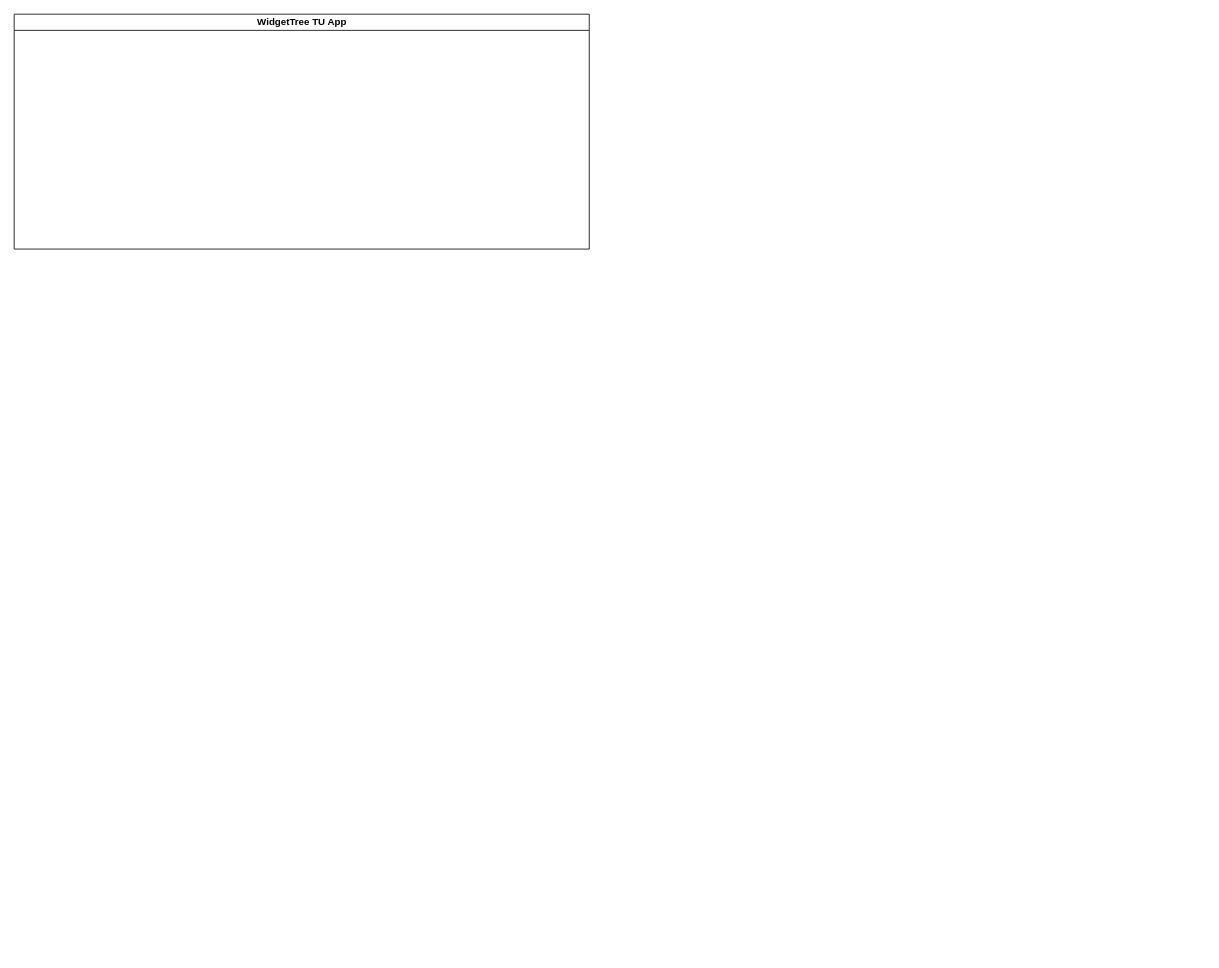
Above: Unbenanntes Diagramm.drawio in FelixNudrec/Medieninformatik-WS-23-24 (draw.io), before the change. Source tidied: cells renumbered, new cells numbered last; positions are measured from the earlier drawing's top-left corner, leaving out a move shared by most shapes. Both pictures are drawn from the tidied source at 81%, with x=0, y=0 at pixel (14, 14).
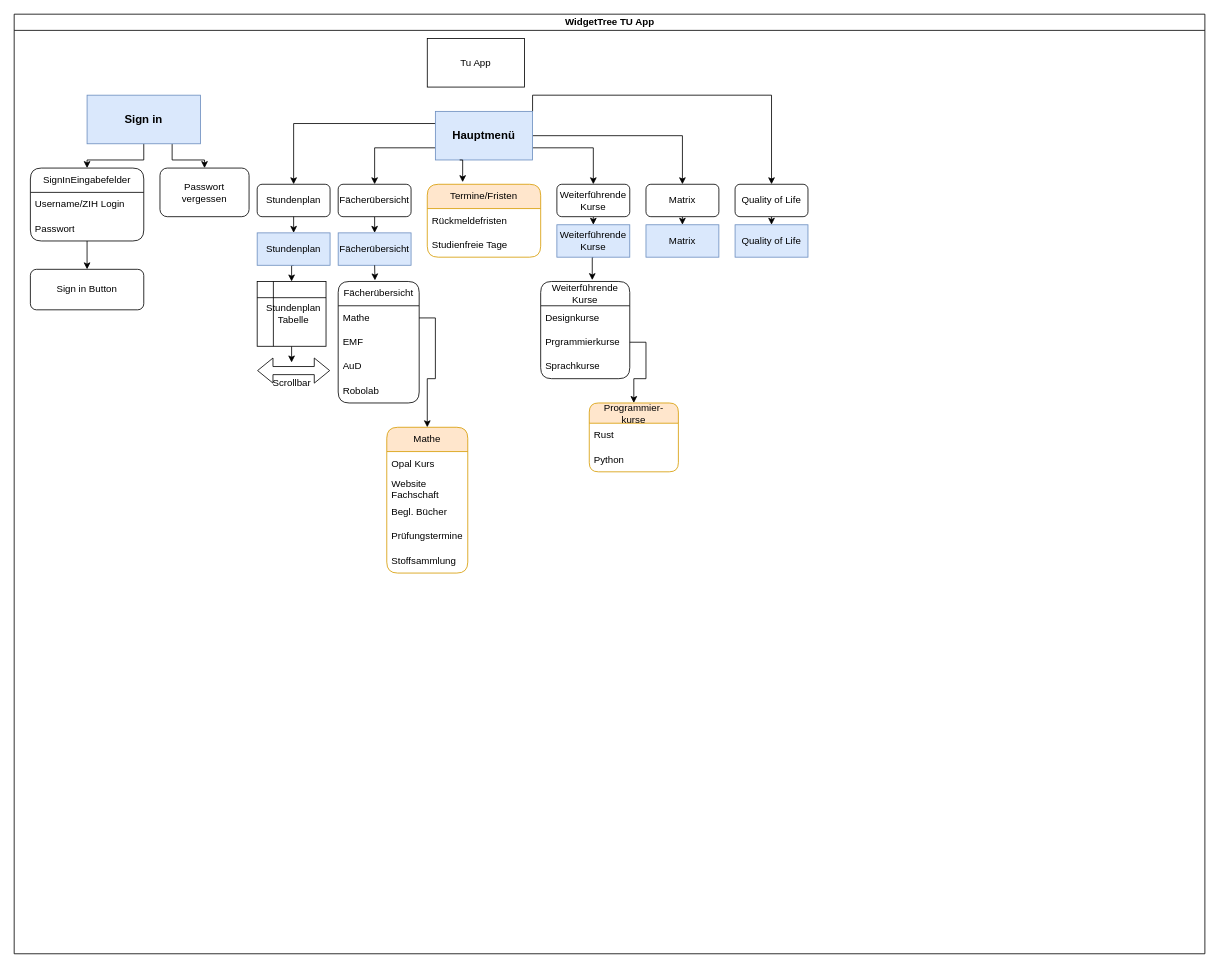
The same diagram, later.

The edit, as a diff of the source:
```diff
@@
     <mxCell id="2" value="&lt;div&gt;WidgetTree TU App&lt;/div&gt;" style="swimlane;html=1;startSize=20;horizontal=1;containerType=tree;glass=0;" parent="1" vertex="1">
-      <mxGeometry width="710" height="290" as="geometry" />
+      <mxGeometry width="1470" height="1160" as="geometry" />
     </mxCell>
+    <mxCell id="3" value="Tu App" style="rounded=0;whiteSpace=wrap;html=1;" parent="2" vertex="1">
+      <mxGeometry x="510" y="30" width="120" height="60" as="geometry" />
+    </mxCell>
+    <mxCell id="4" style="edgeStyle=orthogonalEdgeStyle;rounded=0;jettySize=auto;html=1;exitX=0.5;exitY=1;exitDx=0;exitDy=0;entryX=0.5;entryY=0;entryDx=0;entryDy=0;" parent="2" edge="1" source="5" target="11">
+      <mxGeometry relative="1" as="geometry" />
+    </mxCell>
+    <mxCell id="5" value="SignInEingabefelder" style="swimlane;fontStyle=0;horizontal=1;startSize=30;whiteSpace=wrap;html=1;rounded=1;" parent="2" vertex="1">
+      <mxGeometry x="20" y="190" width="140" height="90" as="geometry" />
+    </mxCell>
+    <mxCell id="6" value="Username/ZIH Login" style="text;strokeColor=none;fillColor=none;align=left;verticalAlign=middle;spacingLeft=4;spacingRight=4;overflow=hidden;whiteSpace=wrap;html=1;rounded=1;" parent="5" vertex="1">
+      <mxGeometry y="30" width="140" height="30" as="geometry" />
+    </mxCell>
+    <mxCell id="7" value="Passwort" style="text;strokeColor=none;fillColor=none;align=left;verticalAlign=middle;spacingLeft=4;spacingRight=4;overflow=hidden;whiteSpace=wrap;html=1;" parent="5" vertex="1">
+      <mxGeometry y="60" width="140" height="30" as="geometry" />
+    </mxCell>
+    <mxCell id="8" style="edgeStyle=orthogonalEdgeStyle;rounded=0;jettySize=auto;html=1;exitX=0.5;exitY=1;exitDx=0;exitDy=0;" parent="2" edge="1" source="10" target="5">
+      <mxGeometry relative="1" as="geometry" />
+    </mxCell>
+    <mxCell id="9" style="edgeStyle=orthogonalEdgeStyle;rounded=0;jettySize=auto;html=1;exitX=0.75;exitY=1;exitDx=0;exitDy=0;" parent="2" edge="1" source="10" target="12">
+      <mxGeometry relative="1" as="geometry" />
+    </mxCell>
+    <mxCell id="10" value="&lt;h3&gt;Sign in &lt;/h3&gt;" style="rounded=0;whiteSpace=wrap;html=1;fillColor=#dae8fc;strokeColor=#6c8ebf;glass=0;shadow=0;" parent="2" vertex="1">
+      <mxGeometry x="90" y="100" width="140" height="60" as="geometry" />
+    </mxCell>
+    <mxCell id="11" value="Sign in Button" style="rounded=1;whiteSpace=wrap;html=1;" parent="2" vertex="1">
+      <mxGeometry x="20" y="315" width="140" height="50" as="geometry" />
+    </mxCell>
+    <mxCell id="12" value="Passwort vergessen" style="rounded=1;whiteSpace=wrap;html=1;" parent="2" vertex="1">
+      <mxGeometry x="180" y="190" width="110" height="60" as="geometry" />
+    </mxCell>
+    <mxCell id="13" style="edgeStyle=orthogonalEdgeStyle;rounded=0;jettySize=auto;html=1;exitX=0;exitY=0.25;exitDx=0;exitDy=0;entryX=0.5;entryY=0;entryDx=0;entryDy=0;" parent="2" edge="1" source="18" target="24">
+      <mxGeometry relative="1" as="geometry" />
+    </mxCell>
+    <mxCell id="14" style="edgeStyle=orthogonalEdgeStyle;rounded=0;jettySize=auto;html=1;exitX=0;exitY=0.75;exitDx=0;exitDy=0;entryX=0.5;entryY=0;entryDx=0;entryDy=0;" parent="2" edge="1" source="18" target="23">
+      <mxGeometry relative="1" as="geometry" />
+    </mxCell>
+    <mxCell id="15" style="edgeStyle=orthogonalEdgeStyle;rounded=0;jettySize=auto;html=1;exitX=1;exitY=0.75;exitDx=0;exitDy=0;entryX=0.5;entryY=0;entryDx=0;entryDy=0;" parent="2" edge="1" source="18" target="26">
+      <mxGeometry relative="1" as="geometry" />
+    </mxCell>
+    <mxCell id="16" style="edgeStyle=orthogonalEdgeStyle;rounded=0;jettySize=auto;html=1;exitX=1;exitY=0.5;exitDx=0;exitDy=0;entryX=0.5;entryY=0;entryDx=0;entryDy=0;" parent="2" edge="1" source="18" target="28">
+      <mxGeometry relative="1" as="geometry" />
+    </mxCell>
+    <mxCell id="17" style="edgeStyle=orthogonalEdgeStyle;rounded=0;jettySize=auto;html=1;exitX=1;exitY=0;exitDx=0;exitDy=0;entryX=0.5;entryY=0;entryDx=0;entryDy=0;" parent="2" edge="1" source="18" target="30">
+      <mxGeometry relative="1" as="geometry" />
+    </mxCell>
+    <mxCell id="18" value="&lt;h3&gt;Hauptmenü&lt;/h3&gt;" style="rounded=0;whiteSpace=wrap;html=1;fillColor=#dae8fc;strokeColor=#6c8ebf;" parent="2" vertex="1">
+      <mxGeometry x="520" y="120" width="120" height="60" as="geometry" />
+    </mxCell>
+    <mxCell id="19" value="&lt;div&gt;Termine/Fristen&lt;/div&gt;" style="swimlane;fontStyle=0;horizontal=1;startSize=30;whiteSpace=wrap;html=1;rounded=1;fillColor=#ffe6cc;strokeColor=#d79b00;" parent="2" vertex="1">
+      <mxGeometry x="510" y="210" width="140" height="90" as="geometry" />
+    </mxCell>
+    <mxCell id="20" value="Rückmeldefristen" style="text;strokeColor=none;fillColor=none;align=left;verticalAlign=middle;spacingLeft=4;spacingRight=4;overflow=hidden;whiteSpace=wrap;html=1;" parent="19" vertex="1">
+      <mxGeometry y="30" width="140" height="30" as="geometry" />
+    </mxCell>
+    <mxCell id="21" value="Studienfreie Tage" style="text;strokeColor=none;fillColor=none;align=left;verticalAlign=middle;spacingLeft=4;spacingRight=4;overflow=hidden;whiteSpace=wrap;html=1;" parent="19" vertex="1">
+      <mxGeometry y="60" width="140" height="30" as="geometry" />
+    </mxCell>
+    <mxCell id="22" style="edgeStyle=orthogonalEdgeStyle;rounded=0;jettySize=auto;html=1;exitX=0.5;exitY=1;exitDx=0;exitDy=0;entryX=0.5;entryY=0;entryDx=0;entryDy=0;" parent="2" edge="1" source="23" target="32">
+      <mxGeometry relative="1" as="geometry" />
+    </mxCell>
+    <mxCell id="23" value="Fächerübersicht" style="rounded=1;whiteSpace=wrap;html=1;" parent="2" vertex="1">
+      <mxGeometry x="400" y="210" width="90" height="40" as="geometry" />
+    </mxCell>
+    <mxCell id="24" value="&lt;div&gt;Stundenplan&lt;/div&gt;" style="rounded=1;whiteSpace=wrap;html=1;" parent="2" vertex="1">
+      <mxGeometry x="300" y="210" width="90" height="40" as="geometry" />
+    </mxCell>
+    <mxCell id="25" style="edgeStyle=orthogonalEdgeStyle;rounded=0;jettySize=auto;html=1;exitX=0.5;exitY=1;exitDx=0;exitDy=0;entryX=0.5;entryY=0;entryDx=0;entryDy=0;" parent="2" edge="1" source="26" target="34">
+      <mxGeometry relative="1" as="geometry" />
+    </mxCell>
+    <mxCell id="26" value="&lt;div&gt;Weiterführende Kurse&lt;/div&gt;" style="rounded=1;whiteSpace=wrap;html=1;" parent="2" vertex="1">
+      <mxGeometry x="670" y="210" width="90" height="40" as="geometry" />
+    </mxCell>
+    <mxCell id="27" style="edgeStyle=orthogonalEdgeStyle;rounded=0;jettySize=auto;html=1;exitX=0.5;exitY=1;exitDx=0;exitDy=0;entryX=0.5;entryY=0;entryDx=0;entryDy=0;" parent="2" edge="1" source="28" target="35">
+      <mxGeometry relative="1" as="geometry" />
+    </mxCell>
+    <mxCell id="28" value="&lt;div&gt;Matrix&lt;/div&gt;" style="rounded=1;whiteSpace=wrap;html=1;" parent="2" vertex="1">
+      <mxGeometry x="780" y="210" width="90" height="40" as="geometry" />
+    </mxCell>
+    <mxCell id="29" style="edgeStyle=orthogonalEdgeStyle;rounded=0;jettySize=auto;html=1;exitX=0.5;exitY=1;exitDx=0;exitDy=0;entryX=0.5;entryY=0;entryDx=0;entryDy=0;" parent="2" edge="1" source="30" target="36">
+      <mxGeometry relative="1" as="geometry" />
+    </mxCell>
+    <mxCell id="30" value="Quality of Life" style="rounded=1;whiteSpace=wrap;html=1;" parent="2" vertex="1">
+      <mxGeometry x="890" y="210" width="90" height="40" as="geometry" />
+    </mxCell>
+    <mxCell id="31" style="edgeStyle=orthogonalEdgeStyle;rounded=0;jettySize=auto;html=1;exitX=0.25;exitY=1;exitDx=0;exitDy=0;entryX=0.312;entryY=-0.029;entryDx=0;entryDy=0;entryPerimeter=0;" parent="2" edge="1" source="18" target="19">
+      <mxGeometry relative="1" as="geometry" />
+    </mxCell>
+    <mxCell id="32" value="&lt;div&gt;Fächerübersicht&lt;/div&gt;" style="rounded=0;whiteSpace=wrap;html=1;fillColor=#dae8fc;strokeColor=#6c8ebf;" parent="2" vertex="1">
+      <mxGeometry x="400" y="270" width="90" height="40" as="geometry" />
+    </mxCell>
+    <mxCell id="33" style="edgeStyle=orthogonalEdgeStyle;rounded=0;jettySize=auto;html=1;exitX=0.5;exitY=1;exitDx=0;exitDy=0;entryX=0.579;entryY=-0.014;entryDx=0;entryDy=0;entryPerimeter=0;" parent="2" edge="1" source="34" target="54">
+      <mxGeometry relative="1" as="geometry" />
+    </mxCell>
+    <mxCell id="34" value="Weiterführende Kurse" style="rounded=0;whiteSpace=wrap;html=1;fillColor=#dae8fc;strokeColor=#6c8ebf;" parent="2" vertex="1">
+      <mxGeometry x="670" y="260" width="90" height="40" as="geometry" />
+    </mxCell>
+    <mxCell id="35" value="Matrix" style="rounded=0;whiteSpace=wrap;html=1;fillColor=#dae8fc;strokeColor=#6c8ebf;" parent="2" vertex="1">
+      <mxGeometry x="780" y="260" width="90" height="40" as="geometry" />
+    </mxCell>
+    <mxCell id="36" value="Quality of Life" style="rounded=0;whiteSpace=wrap;html=1;fillColor=#dae8fc;strokeColor=#6c8ebf;" parent="2" vertex="1">
+      <mxGeometry x="890" y="260" width="90" height="40" as="geometry" />
+    </mxCell>
+    <mxCell id="37" style="edgeStyle=orthogonalEdgeStyle;rounded=0;jettySize=auto;html=1;" parent="2" edge="1" source="38">
+      <mxGeometry relative="1" as="geometry">
+        <mxPoint x="342.5" y="430" as="targetPoint" />
+      </mxGeometry>
+    </mxCell>
+    <mxCell id="38" style="shape=internalStorage;whiteSpace=wrap;html=1;backgroundOutline=1;" parent="2" vertex="1">
+      <mxGeometry x="300" y="330" width="85" height="80" as="geometry" />
+    </mxCell>
+    <mxCell id="39" value="&lt;div&gt;Stundenplan&lt;/div&gt;&lt;div&gt;Tabelle&lt;br&gt;&lt;/div&gt;" style="text;html=1;strokeColor=none;fillColor=none;align=center;verticalAlign=middle;whiteSpace=wrap;rounded=0;" parent="2" vertex="1">
+      <mxGeometry x="315" y="355" width="60" height="30" as="geometry" />
+    </mxCell>
+    <mxCell id="40" style="shape=flexArrow;endArrow=classic;startArrow=classic;html=1;rounded=0;" parent="2" edge="1">
+      <mxGeometry relative="1" as="geometry">
+        <mxPoint x="300" y="440" as="sourcePoint" />
+        <mxPoint x="390" y="440" as="targetPoint" />
+      </mxGeometry>
+    </mxCell>
+    <mxCell id="41" value="Scrollbar" style="text;html=1;strokeColor=none;fillColor=none;align=center;verticalAlign=middle;whiteSpace=wrap;rounded=0;" parent="2" vertex="1">
+      <mxGeometry x="312.5" y="440" width="60" height="30" as="geometry" />
+    </mxCell>
+    <mxCell id="42" value="Fächerübersicht" style="swimlane;fontStyle=0;horizontal=1;startSize=30;whiteSpace=wrap;html=1;rounded=1;" parent="2" vertex="1">
+      <mxGeometry x="400" y="330" width="100" height="150" as="geometry" />
+    </mxCell>
+    <mxCell id="43" value="Mathe" style="text;strokeColor=none;fillColor=none;align=left;verticalAlign=middle;spacingLeft=4;spacingRight=4;overflow=hidden;points=[[0,0.5],[1,0.5]];portConstraint=eastwest;whiteSpace=wrap;html=1;" parent="42" vertex="1">
+      <mxGeometry y="30" width="100" height="30" as="geometry" />
+    </mxCell>
+    <mxCell id="44" value="EMF" style="text;strokeColor=none;fillColor=none;align=left;verticalAlign=middle;spacingLeft=4;spacingRight=4;overflow=hidden;whiteSpace=wrap;html=1;" parent="42" vertex="1">
+      <mxGeometry y="60" width="100" height="30" as="geometry" />
+    </mxCell>
+    <mxCell id="45" value="AuD" style="text;strokeColor=none;fillColor=none;align=left;verticalAlign=middle;spacingLeft=4;spacingRight=4;overflow=hidden;whiteSpace=wrap;html=1;" parent="42" vertex="1">
+      <mxGeometry y="90" width="100" height="30" as="geometry" />
+    </mxCell>
+    <mxCell id="46" value="Robolab" style="text;strokeColor=none;fillColor=none;align=left;verticalAlign=middle;spacingLeft=4;spacingRight=4;overflow=hidden;whiteSpace=wrap;html=1;" parent="42" vertex="1">
+      <mxGeometry y="120" width="100" height="30" as="geometry" />
+    </mxCell>
+    <mxCell id="47" value="Mathe" style="swimlane;fontStyle=0;horizontal=1;startSize=30;whiteSpace=wrap;html=1;rounded=1;fillColor=#ffe6cc;strokeColor=#d79b00;" parent="2" vertex="1">
+      <mxGeometry x="460" y="510" width="100" height="180" as="geometry" />
+    </mxCell>
+    <mxCell id="48" value="Opal Kurs" style="text;strokeColor=none;fillColor=none;align=left;verticalAlign=middle;spacingLeft=4;spacingRight=4;overflow=hidden;whiteSpace=wrap;html=1;" parent="47" vertex="1">
+      <mxGeometry y="30" width="100" height="30" as="geometry" />
+    </mxCell>
+    <mxCell id="49" value="Website Fachschaft" style="text;strokeColor=none;fillColor=none;align=left;verticalAlign=middle;spacingLeft=4;spacingRight=4;overflow=hidden;whiteSpace=wrap;html=1;" parent="47" vertex="1">
+      <mxGeometry y="60" width="100" height="30" as="geometry" />
+    </mxCell>
+    <mxCell id="50" value="&lt;div&gt;Begl. Bücher&lt;/div&gt;" style="text;strokeColor=none;fillColor=none;align=left;verticalAlign=middle;spacingLeft=4;spacingRight=4;overflow=hidden;whiteSpace=wrap;html=1;" parent="47" vertex="1">
+      <mxGeometry y="90" width="100" height="30" as="geometry" />
+    </mxCell>
+    <mxCell id="51" value="Prüfungstermine" style="text;strokeColor=none;fillColor=none;align=left;verticalAlign=middle;spacingLeft=4;spacingRight=4;overflow=hidden;whiteSpace=wrap;html=1;" parent="47" vertex="1">
+      <mxGeometry y="120" width="100" height="30" as="geometry" />
+    </mxCell>
+    <mxCell id="52" value="Stoffsammlung" style="text;strokeColor=none;fillColor=none;align=left;verticalAlign=middle;spacingLeft=4;spacingRight=4;overflow=hidden;whiteSpace=wrap;html=1;" parent="47" vertex="1">
+      <mxGeometry y="150" width="100" height="30" as="geometry" />
+    </mxCell>
+    <mxCell id="53" style="edgeStyle=orthogonalEdgeStyle;rounded=0;jettySize=auto;html=1;exitX=1;exitY=0.5;exitDx=0;exitDy=0;entryX=0.5;entryY=0;entryDx=0;entryDy=0;" parent="2" edge="1" source="43" target="47">
+      <mxGeometry relative="1" as="geometry" />
+    </mxCell>
+    <mxCell id="54" value="&lt;div&gt;Weiterführende&lt;/div&gt;&lt;div&gt;Kurse&lt;br&gt;&lt;/div&gt;" style="swimlane;fontStyle=0;horizontal=1;startSize=30;whiteSpace=wrap;html=1;rounded=1;" parent="2" vertex="1">
+      <mxGeometry x="650" y="330" width="110" height="120" as="geometry" />
+    </mxCell>
+    <mxCell id="55" value="Designkurse&lt;span style=&quot;white-space: pre;&quot;&gt;&#9;&lt;/span&gt;" style="text;strokeColor=none;fillColor=none;align=left;verticalAlign=middle;spacingLeft=4;spacingRight=4;overflow=hidden;whiteSpace=wrap;html=1;" parent="54" vertex="1">
+      <mxGeometry y="30" width="110" height="30" as="geometry" />
+    </mxCell>
+    <mxCell id="56" value="Prgrammierkurse" style="text;strokeColor=none;fillColor=none;align=left;verticalAlign=middle;spacingLeft=4;spacingRight=4;overflow=hidden;points=[[0,0.5],[1,0.5]];portConstraint=eastwest;whiteSpace=wrap;html=1;" parent="54" vertex="1">
+      <mxGeometry y="60" width="110" height="30" as="geometry" />
+    </mxCell>
+    <mxCell id="57" value="Sprachkurse" style="text;strokeColor=none;fillColor=none;align=left;verticalAlign=middle;spacingLeft=4;spacingRight=4;overflow=hidden;whiteSpace=wrap;html=1;" parent="54" vertex="1">
+      <mxGeometry y="90" width="110" height="30" as="geometry" />
+    </mxCell>
+    <mxCell id="58" value="&lt;div&gt;Programmier-&lt;/div&gt;&lt;div&gt;kurse&lt;br&gt;&lt;/div&gt;" style="swimlane;fontStyle=0;horizontal=1;startSize=25;whiteSpace=wrap;html=1;rounded=1;fillColor=#ffe6cc;strokeColor=#d79b00;" parent="2" vertex="1">
+      <mxGeometry x="710" y="480" width="110" height="85" as="geometry" />
+    </mxCell>
+    <mxCell id="59" value="Rust&lt;span style=&quot;white-space: pre;&quot;&gt;&#9;&lt;/span&gt;" style="text;strokeColor=none;fillColor=none;align=left;verticalAlign=middle;spacingLeft=4;spacingRight=4;overflow=hidden;whiteSpace=wrap;html=1;" parent="58" vertex="1">
+      <mxGeometry y="25" width="110" height="30" as="geometry" />
+    </mxCell>
+    <mxCell id="60" value="Python" style="text;strokeColor=none;fillColor=none;align=left;verticalAlign=middle;spacingLeft=4;spacingRight=4;overflow=hidden;whiteSpace=wrap;html=1;" parent="58" vertex="1">
+      <mxGeometry y="55" width="110" height="30" as="geometry" />
+    </mxCell>
+    <mxCell id="61" style="edgeStyle=orthogonalEdgeStyle;rounded=0;jettySize=auto;html=1;exitX=1;exitY=0.5;exitDx=0;exitDy=0;entryX=0.5;entryY=0;entryDx=0;entryDy=0;" parent="2" edge="1" source="56" target="58">
+      <mxGeometry relative="1" as="geometry" />
+    </mxCell>
+    <mxCell id="62" style="edgeStyle=orthogonalEdgeStyle;rounded=0;jettySize=auto;html=1;exitX=0.5;exitY=1;exitDx=0;exitDy=0;entryX=0.454;entryY=-0.009;entryDx=0;entryDy=0;entryPerimeter=0;" parent="2" edge="1" source="32" target="42">
+      <mxGeometry relative="1" as="geometry" />
+    </mxCell>
+    <mxCell id="63" style="edgeStyle=orthogonalEdgeStyle;rounded=0;jettySize=auto;html=1;exitX=0.5;exitY=1;exitDx=0;exitDy=0;entryX=0.5;entryY=0;entryDx=0;entryDy=0;" parent="1" edge="1" source="64" target="38">
+      <mxGeometry relative="1" as="geometry" />
+    </mxCell>
+    <mxCell id="64" value="Stundenplan" style="rounded=0;whiteSpace=wrap;html=1;fillColor=#dae8fc;strokeColor=#6c8ebf;" parent="1" vertex="1">
+      <mxGeometry x="300" y="270" width="90" height="40" as="geometry" />
+    </mxCell>
+    <mxCell id="65" style="edgeStyle=orthogonalEdgeStyle;rounded=0;jettySize=auto;html=1;exitX=0.5;exitY=1;exitDx=0;exitDy=0;entryX=0.5;entryY=0;entryDx=0;entryDy=0;" parent="1" edge="1" source="24" target="64">
+      <mxGeometry relative="1" as="geometry" />
+    </mxCell>
```
